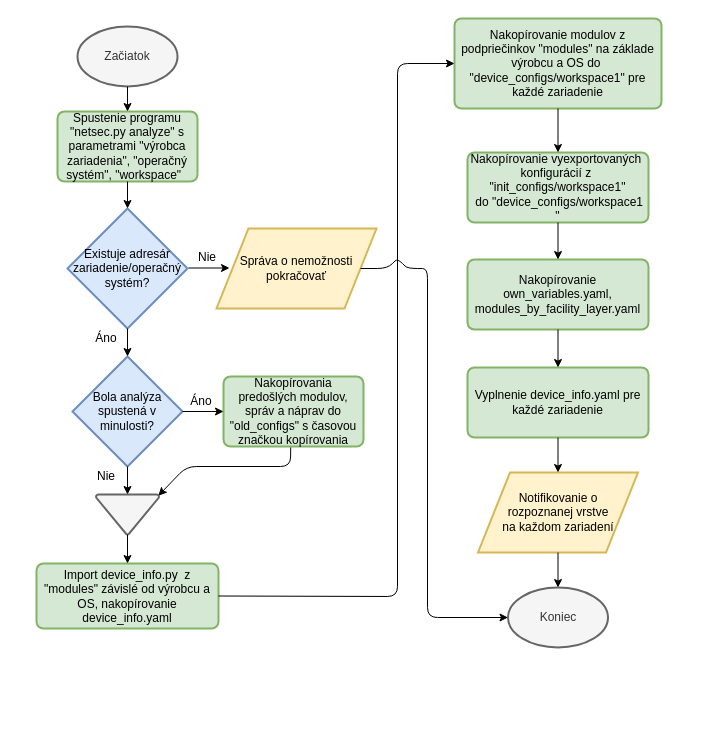
siorus/MasterThesis keeps this draw.io diagram as thesis/obrazky/netsec_analyze.drawio. Above is the earlier version. Source tidied: cells renumbered, new cells numbered last; positions are measured from the earlier drawing's top-left corner, leaving out a move shared by most shapes. Both pictures are drawn from the tidied source at 100%, with x=0, y=0 at pixel (36, 18).
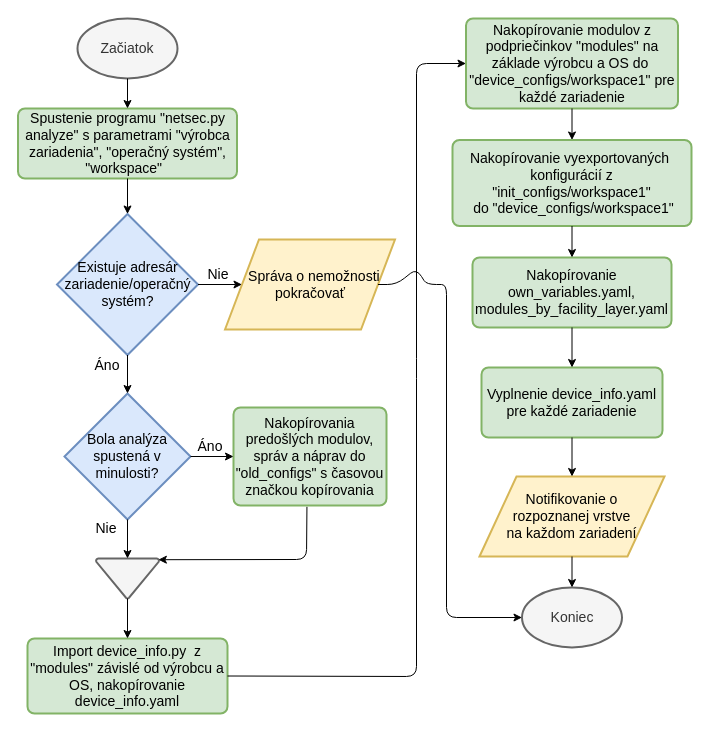
The same diagram, later.

Diff of the diagram source:
```diff
@@
-    <mxCell id="2" value="Začiatok" style="strokeWidth=2;html=1;shape=mxgraph.flowchart.start_1;whiteSpace=wrap;fontFamily=Vafle VUT;fillColor=#f5f5f5;strokeColor=#666666;fontColor=#333333;" parent="1" vertex="1">
-      <mxGeometry x="41" y="8" width="100" height="60" as="geometry" />
+    <mxCell id="2" value="Začiatok" style="strokeWidth=2;html=1;shape=mxgraph.flowchart.start_1;whiteSpace=wrap;fontFamily=Vafle VUT;fillColor=#f5f5f5;strokeColor=#666666;fontColor=#333333;fontSize=14;" parent="1" vertex="1">
+      <mxGeometry x="41" width="100" height="60" as="geometry" />
     </mxCell>
-    <mxCell id="3" value="Spustenie programu &quot;netsec.py analyze&quot; s parametrami &quot;výrobca zariadenia&quot;, &quot;operačný systém&quot;, &quot;workspace&quot;&amp;nbsp;&amp;nbsp;" style="rounded=1;whiteSpace=wrap;html=1;absoluteArcSize=1;arcSize=14;strokeWidth=2;fontFamily=Vafle VUT;fillColor=#d5e8d4;strokeColor=#82b366;" parent="1" vertex="1">
-      <mxGeometry x="21" y="93" width="140" height="70" as="geometry" />
+    <mxCell id="3" value="Spustenie programu &quot;netsec.py analyze&quot; s parametrami &quot;výrobca zariadenia&quot;, &quot;operačný systém&quot;, &quot;workspace&quot;&amp;nbsp;&amp;nbsp;" style="rounded=1;whiteSpace=wrap;html=1;absoluteArcSize=1;arcSize=14;strokeWidth=2;fontFamily=Vafle VUT;fillColor=#d5e8d4;strokeColor=#82b366;fontSize=14;" parent="1" vertex="1">
+      <mxGeometry x="-18.5" y="90" width="219" height="70" as="geometry" />
     </mxCell>
-    <mxCell id="4" value="Nakopírovanie vyexportovaných&amp;nbsp; konfigurácií z&amp;nbsp; &quot;init_configs/workspace1&quot;&lt;br&gt;&amp;nbsp;do &quot;device_configs/workspace1&lt;br&gt;&quot;" style="rounded=1;whiteSpace=wrap;html=1;absoluteArcSize=1;arcSize=14;strokeWidth=2;fontFamily=Vafle VUT;fillColor=#d5e8d4;strokeColor=#82b366;" parent="1" vertex="1">
-      <mxGeometry x="431" y="134" width="181" height="70" as="geometry" />
+    <mxCell id="4" value="Nakopírovanie vyexportovaných&amp;nbsp; konfigurácií z &quot;init_configs/workspace1&quot;&lt;br style=&quot;font-size: 14px&quot;&gt;&amp;nbsp;do &quot;device_configs/workspace1&quot;" style="rounded=1;whiteSpace=wrap;html=1;absoluteArcSize=1;arcSize=14;strokeWidth=2;fontFamily=Vafle VUT;fillColor=#d5e8d4;strokeColor=#82b366;fontSize=14;" parent="1" vertex="1">
+      <mxGeometry x="416" y="121.5" width="239" height="86" as="geometry" />
     </mxCell>
-    <mxCell id="5" value="Import device_info.py&amp;nbsp; z &quot;modules&quot; závislé od výrobcu a OS, nakopírovanie device_info.yaml" style="rounded=1;whiteSpace=wrap;html=1;absoluteArcSize=1;arcSize=14;strokeWidth=2;fontFamily=Vafle VUT;fillColor=#d5e8d4;strokeColor=#82b366;" parent="1" vertex="1">
-      <mxGeometry y="545" width="182" height="65" as="geometry" />
+    <mxCell id="5" value="Import device_info.py&amp;nbsp; z &quot;modules&quot; závislé od výrobcu a OS, nakopírovanie device_info.yaml" style="rounded=1;whiteSpace=wrap;html=1;absoluteArcSize=1;arcSize=14;strokeWidth=2;fontFamily=Vafle VUT;fillColor=#d5e8d4;strokeColor=#82b366;fontSize=14;" parent="1" vertex="1">
+      <mxGeometry x="-9" y="620" width="200" height="75" as="geometry" />
     </mxCell>
-    <mxCell id="6" value="Nakopírovania predošlých modulov, správ a náprav do &quot;old_configs&quot; s časovou značkou kopírovania" style="rounded=1;whiteSpace=wrap;html=1;absoluteArcSize=1;arcSize=14;strokeWidth=2;fontFamily=Vafle VUT;fillColor=#d5e8d4;strokeColor=#82b366;" parent="1" vertex="1">
-      <mxGeometry x="187" y="358" width="140" height="70" as="geometry" />
+    <mxCell id="6" value="Nakopírovania predošlých modulov, správ a náprav do &quot;old_configs&quot; s časovou značkou kopírovania" style="rounded=1;whiteSpace=wrap;html=1;absoluteArcSize=1;arcSize=14;strokeWidth=2;fontFamily=Vafle VUT;fillColor=#d5e8d4;strokeColor=#82b366;fontSize=14;" parent="1" vertex="1">
+      <mxGeometry x="197" y="389" width="153" height="98" as="geometry" />
     </mxCell>
-    <mxCell id="7" value="Bola analýza spustená v minulosti?" style="strokeWidth=2;html=1;shape=mxgraph.flowchart.decision;whiteSpace=wrap;fontFamily=Vafle VUT;fillColor=#dae8fc;strokeColor=#6c8ebf;" parent="1" vertex="1">
-      <mxGeometry x="36" y="338" width="110" height="110" as="geometry" />
+    <mxCell id="7" value="Bola analýza spustená v minulosti?" style="strokeWidth=2;html=1;shape=mxgraph.flowchart.decision;whiteSpace=wrap;fontFamily=Vafle VUT;fillColor=#dae8fc;strokeColor=#6c8ebf;fontSize=14;" parent="1" vertex="1">
+      <mxGeometry x="28" y="375" width="126" height="126" as="geometry" />
     </mxCell>
-    <mxCell id="8" style="endArrow=classic;html=1;fontFamily=Vafle VUT;entryX=0;entryY=0.5;entryDx=0;entryDy=0;exitX=1;exitY=0.5;exitDx=0;exitDy=0;exitPerimeter=0;" parent="1" edge="1" source="7" target="6">
+    <mxCell id="8" style="endArrow=classic;html=1;fontFamily=Vafle VUT;entryX=0;entryY=0.5;entryDx=0;entryDy=0;exitX=1;exitY=0.5;exitDx=0;exitDy=0;exitPerimeter=0;fontSize=14;" parent="1" edge="1" source="7" target="6">
       <mxGeometry relative="1" as="geometry" />
     </mxCell>
-    <mxCell id="9" value="Áno" style="text;html=1;strokeColor=none;fillColor=none;align=center;verticalAlign=middle;whiteSpace=wrap;rounded=0;fontFamily=Vafle VUT;" parent="1" vertex="1">
-      <mxGeometry x="145" y="372.5" width="40" height="20" as="geometry" />
+    <mxCell id="9" value="Áno" style="text;html=1;strokeColor=none;fillColor=none;align=center;verticalAlign=middle;whiteSpace=wrap;rounded=0;fontFamily=Vafle VUT;fontSize=14;" parent="1" vertex="1">
+      <mxGeometry x="154" y="418" width="40" height="20" as="geometry" />
     </mxCell>
-    <mxCell id="10" value="Existuje adresár zariadenie/operačný systém?" style="strokeWidth=2;html=1;shape=mxgraph.flowchart.decision;whiteSpace=wrap;fontFamily=Vafle VUT;fillColor=#dae8fc;strokeColor=#6c8ebf;" parent="1" vertex="1">
-      <mxGeometry x="31" y="190" width="120" height="120" as="geometry" />
+    <mxCell id="10" value="Existuje adresár zariadenie/operačný systém?" style="strokeWidth=2;html=1;shape=mxgraph.flowchart.decision;whiteSpace=wrap;fontFamily=Vafle VUT;fillColor=#dae8fc;strokeColor=#6c8ebf;fontSize=14;" parent="1" vertex="1">
+      <mxGeometry x="20.5" y="195.5" width="141" height="141" as="geometry" />
     </mxCell>
-    <mxCell id="11" value="&lt;font face=&quot;Vafle VUT&quot;&gt;Notifikovanie o &lt;br&gt;rozpoznanej vrstve &lt;br&gt;na každom zariadení&lt;/font&gt;" style="shape=parallelogram;perimeter=parallelogramPerimeter;whiteSpace=wrap;html=1;fillColor=#fff2cc;strokeColor=#d6b656;strokeWidth=2;" parent="1" vertex="1">
-      <mxGeometry x="441.5" y="454" width="160" height="80" as="geometry" />
+    <mxCell id="11" value="&lt;font face=&quot;Vafle VUT&quot; style=&quot;font-size: 14px;&quot;&gt;Notifikovanie o &lt;br style=&quot;font-size: 14px;&quot;&gt;rozpoznanej vrstve &lt;br style=&quot;font-size: 14px;&quot;&gt;na každom zariadení&lt;/font&gt;" style="shape=parallelogram;perimeter=parallelogramPerimeter;whiteSpace=wrap;html=1;fillColor=#fff2cc;strokeColor=#d6b656;strokeWidth=2;fontFamily=Vafle VUT;fontSize=14;" parent="1" vertex="1">
+      <mxGeometry x="443" y="458" width="185" height="80" as="geometry" />
     </mxCell>
-    <mxCell id="12" value="&lt;font style=&quot;font-size: 12px&quot;&gt;Nakopírovanie modulov z podpriečinkov &quot;modules&quot; na základe výrobcu a OS do&amp;nbsp; &quot;device_configs/workspace1&quot; pre každé zariadenie&lt;/font&gt;" style="rounded=1;whiteSpace=wrap;html=1;absoluteArcSize=1;arcSize=14;strokeWidth=2;fontFamily=Vafle VUT;fillColor=#d5e8d4;strokeColor=#82b366;" parent="1" vertex="1">
-      <mxGeometry x="418" width="207" height="90" as="geometry" />
+    <mxCell id="12" value="&lt;font style=&quot;font-size: 14px;&quot;&gt;Nakopírovanie modulov z podpriečinkov &quot;modules&quot; na základe výrobcu a OS do&amp;nbsp; &quot;device_configs/workspace1&quot; pre každé zariadenie&lt;/font&gt;" style="rounded=1;whiteSpace=wrap;html=1;absoluteArcSize=1;arcSize=14;strokeWidth=2;fontFamily=Vafle VUT;fillColor=#d5e8d4;strokeColor=#82b366;fontSize=14;" parent="1" vertex="1">
+      <mxGeometry x="429.5" width="212" height="90" as="geometry" />
     </mxCell>
-    <mxCell id="13" value="Vyplnenie device_info.yaml pre každé zariadenie" style="rounded=1;whiteSpace=wrap;html=1;absoluteArcSize=1;arcSize=14;strokeWidth=2;fontFamily=Vafle VUT;fillColor=#d5e8d4;strokeColor=#82b366;" parent="1" vertex="1">
-      <mxGeometry x="431" y="349" width="181" height="70" as="geometry" />
+    <mxCell id="13" value="Vyplnenie device_info.yaml pre každé zariadenie" style="rounded=1;whiteSpace=wrap;html=1;absoluteArcSize=1;arcSize=14;strokeWidth=2;fontFamily=Vafle VUT;fillColor=#d5e8d4;strokeColor=#82b366;fontSize=14;" parent="1" vertex="1">
+      <mxGeometry x="445" y="349" width="181" height="70" as="geometry" />
     </mxCell>
-    <mxCell id="14" value="Nakopírovanie own_variables.yaml, modules_by_facility_layer.yaml" style="rounded=1;whiteSpace=wrap;html=1;absoluteArcSize=1;arcSize=14;strokeWidth=2;fontFamily=Vafle VUT;fillColor=#d5e8d4;strokeColor=#82b366;" parent="1" vertex="1">
-      <mxGeometry x="431" y="241" width="181" height="70" as="geometry" />
+    <mxCell id="14" value="Nakopírovanie own_variables.yaml, modules_by_facility_layer.yaml" style="rounded=1;whiteSpace=wrap;html=1;absoluteArcSize=1;arcSize=14;strokeWidth=2;fontFamily=Vafle VUT;fillColor=#d5e8d4;strokeColor=#82b366;fontSize=14;" parent="1" vertex="1">
+      <mxGeometry x="436" y="239" width="199" height="70" as="geometry" />
     </mxCell>
-    <mxCell id="15" value="Koniec" style="strokeWidth=2;html=1;shape=mxgraph.flowchart.start_1;whiteSpace=wrap;fontFamily=Vafle VUT;fillColor=#f5f5f5;strokeColor=#666666;fontColor=#333333;" parent="1" vertex="1">
-      <mxGeometry x="471.5" y="569" width="100" height="60" as="geometry" />
+    <mxCell id="15" value="Koniec" style="strokeWidth=2;html=1;shape=mxgraph.flowchart.start_1;whiteSpace=wrap;fontFamily=Vafle VUT;fillColor=#f5f5f5;strokeColor=#666666;fontColor=#333333;fontSize=14;" parent="1" vertex="1">
+      <mxGeometry x="485.5" y="569" width="100" height="60" as="geometry" />
     </mxCell>
-    <mxCell id="16" style="endArrow=classic;html=1;fontFamily=Vafle VUT;entryX=0.5;entryY=0;entryDx=0;entryDy=0;exitX=0.5;exitY=1;exitDx=0;exitDy=0;exitPerimeter=0;" parent="1" edge="1" source="2" target="3">
+    <mxCell id="16" style="endArrow=classic;html=1;fontFamily=Vafle VUT;entryX=0.5;entryY=0;entryDx=0;entryDy=0;exitX=0.5;exitY=1;exitDx=0;exitDy=0;exitPerimeter=0;fontSize=14;" parent="1" edge="1" source="2" target="3">
       <mxGeometry relative="1" as="geometry" />
     </mxCell>
-    <mxCell id="17" style="endArrow=classic;html=1;fontFamily=Vafle VUT;entryX=0.5;entryY=0;entryDx=0;entryDy=0;entryPerimeter=0;exitX=0.5;exitY=1;exitDx=0;exitDy=0;" parent="1" edge="1" source="3" target="10">
+    <mxCell id="17" style="endArrow=classic;html=1;fontFamily=Vafle VUT;entryX=0.5;entryY=0;entryDx=0;entryDy=0;entryPerimeter=0;exitX=0.5;exitY=1;exitDx=0;exitDy=0;fontSize=14;" parent="1" edge="1" source="3" target="10">
       <mxGeometry relative="1" as="geometry" />
     </mxCell>
-    <mxCell id="18" style="endArrow=classic;html=1;fontFamily=Vafle VUT;entryX=0.5;entryY=0;entryDx=0;entryDy=0;entryPerimeter=0;exitX=0.5;exitY=1;exitDx=0;exitDy=0;exitPerimeter=0;" parent="1" edge="1" source="10" target="7">
+    <mxCell id="18" style="endArrow=classic;html=1;fontFamily=Vafle VUT;entryX=0.5;entryY=0;entryDx=0;entryDy=0;entryPerimeter=0;exitX=0.5;exitY=1;exitDx=0;exitDy=0;exitPerimeter=0;fontSize=14;" parent="1" edge="1" source="10" target="7">
       <mxGeometry relative="1" as="geometry" />
     </mxCell>
-    <mxCell id="19" style="strokeWidth=2;html=1;shape=mxgraph.flowchart.extract_or_measurement;whiteSpace=wrap;fontFamily=Vafle VUT;rotation=-180;fillColor=#f5f5f5;strokeColor=#666666;fontColor=#333333;" parent="1" vertex="1">
-      <mxGeometry x="59.5" y="476" width="63" height="40" as="geometry" />
+    <mxCell id="19" style="strokeWidth=2;html=1;shape=mxgraph.flowchart.extract_or_measurement;whiteSpace=wrap;fontFamily=Vafle VUT;rotation=-180;fillColor=#f5f5f5;strokeColor=#666666;fontColor=#333333;fontSize=14;" parent="1" vertex="1">
+      <mxGeometry x="59.5" y="540" width="63" height="40" as="geometry" />
     </mxCell>
-    <mxCell id="20" style="endArrow=classic;html=1;fontFamily=Vafle VUT;exitX=0.5;exitY=1;exitDx=0;exitDy=0;exitPerimeter=0;entryX=0.5;entryY=1;entryDx=0;entryDy=0;entryPerimeter=0;" parent="1" edge="1" target="19">
-      <mxGeometry relative="1" as="geometry">
-        <mxPoint x="91" y="448" as="sourcePoint" />
-      </mxGeometry>
+    <mxCell id="20" style="endArrow=classic;html=1;fontFamily=Vafle VUT;entryX=0.5;entryY=1;entryDx=0;entryDy=0;entryPerimeter=0;fontSize=14;exitX=0.5;exitY=1;exitDx=0;exitDy=0;exitPerimeter=0;" parent="1" edge="1" source="7" target="19">
+      <mxGeometry relative="1" as="geometry" />
     </mxCell>
-    <mxCell id="21" style="endArrow=classic;html=1;exitX=0.48;exitY=1.014;exitDx=0;exitDy=0;exitPerimeter=0;entryX=0.01;entryY=0.97;entryDx=0;entryDy=0;entryPerimeter=0;" parent="1" edge="1" source="6" target="19">
+    <mxCell id="21" style="endArrow=classic;html=1;exitX=0.48;exitY=1.014;exitDx=0;exitDy=0;exitPerimeter=0;entryX=0.01;entryY=0.97;entryDx=0;entryDy=0;entryPerimeter=0;fontFamily=Vafle VUT;fontSize=14;" parent="1" edge="1" source="6" target="19">
       <mxGeometry relative="1" as="geometry">
         <Array as="points">
-          <mxPoint x="254" y="448" />
-          <mxPoint x="150" y="448" />
+          <mxPoint x="270" y="541" />
         </Array>
       </mxGeometry>
     </mxCell>
-    <mxCell id="22" style="endArrow=classic;html=1;exitX=0.5;exitY=0;exitDx=0;exitDy=0;exitPerimeter=0;entryX=0.5;entryY=0;entryDx=0;entryDy=0;" parent="1" edge="1" source="19" target="5">
+    <mxCell id="22" style="endArrow=classic;html=1;exitX=0.5;exitY=0;exitDx=0;exitDy=0;exitPerimeter=0;entryX=0.5;entryY=0;entryDx=0;entryDy=0;fontFamily=Vafle VUT;fontSize=14;" parent="1" edge="1" source="19" target="5">
       <mxGeometry relative="1" as="geometry" />
     </mxCell>
-    <mxCell id="23" style="endArrow=classic;html=1;exitX=0.5;exitY=1;exitDx=0;exitDy=0;entryX=0.5;entryY=0;entryDx=0;entryDy=0;" parent="1" edge="1" source="12" target="4">
+    <mxCell id="23" style="endArrow=classic;html=1;exitX=0.5;exitY=1;exitDx=0;exitDy=0;entryX=0.5;entryY=0;entryDx=0;entryDy=0;fontFamily=Vafle VUT;fontSize=14;" parent="1" edge="1" source="12" target="4">
       <mxGeometry relative="1" as="geometry" />
     </mxCell>
-    <mxCell id="24" style="endArrow=classic;html=1;exitX=1;exitY=0.5;exitDx=0;exitDy=0;entryX=0;entryY=0.5;entryDx=0;entryDy=0;" parent="1" edge="1" source="5" target="12">
+    <mxCell id="24" style="endArrow=classic;html=1;exitX=1;exitY=0.5;exitDx=0;exitDy=0;entryX=0;entryY=0.5;entryDx=0;entryDy=0;fontFamily=Vafle VUT;fontSize=14;" parent="1" edge="1" source="5" target="12">
       <mxGeometry relative="1" as="geometry">
         <Array as="points">
-          <mxPoint x="361" y="578" />
-          <mxPoint x="361" y="45" />
+          <mxPoint x="380" y="658" />
+          <mxPoint x="380" y="350" />
+          <mxPoint x="380" y="45" />
         </Array>
       </mxGeometry>
     </mxCell>
-    <mxCell id="25" style="endArrow=classic;html=1;entryX=0.5;entryY=0;entryDx=0;entryDy=0;exitX=0.5;exitY=1;exitDx=0;exitDy=0;" parent="1" edge="1" source="4" target="14">
+    <mxCell id="25" style="endArrow=classic;html=1;entryX=0.5;entryY=0;entryDx=0;entryDy=0;exitX=0.5;exitY=1;exitDx=0;exitDy=0;fontFamily=Vafle VUT;fontSize=14;" parent="1" edge="1" source="4" target="14">
       <mxGeometry relative="1" as="geometry" />
     </mxCell>
-    <mxCell id="26" style="endArrow=classic;html=1;exitX=0.5;exitY=1;exitDx=0;exitDy=0;entryX=0.5;entryY=0;entryDx=0;entryDy=0;" parent="1" edge="1" source="14" target="13">
+    <mxCell id="26" style="endArrow=classic;html=1;exitX=0.5;exitY=1;exitDx=0;exitDy=0;entryX=0.5;entryY=0;entryDx=0;entryDy=0;fontFamily=Vafle VUT;fontSize=14;" parent="1" edge="1" source="14" target="13">
       <mxGeometry relative="1" as="geometry" />
     </mxCell>
-    <mxCell id="27" style="endArrow=classic;html=1;exitX=0.5;exitY=1;exitDx=0;exitDy=0;" parent="1" edge="1" source="13" target="11">
+    <mxCell id="27" style="endArrow=classic;html=1;exitX=0.5;exitY=1;exitDx=0;exitDy=0;fontFamily=Vafle VUT;fontSize=14;" parent="1" edge="1" source="13" target="11">
       <mxGeometry relative="1" as="geometry" />
     </mxCell>
-    <mxCell id="28" style="endArrow=classic;html=1;exitX=0.5;exitY=1;exitDx=0;exitDy=0;entryX=0.5;entryY=0;entryDx=0;entryDy=0;entryPerimeter=0;" parent="1" edge="1" source="11" target="15">
+    <mxCell id="28" style="endArrow=classic;html=1;exitX=0.5;exitY=1;exitDx=0;exitDy=0;entryX=0.5;entryY=0;entryDx=0;entryDy=0;entryPerimeter=0;fontFamily=Vafle VUT;fontSize=14;" parent="1" edge="1" source="11" target="15">
       <mxGeometry relative="1" as="geometry" />
     </mxCell>
-    <mxCell id="29" value="&lt;font face=&quot;Vafle VUT&quot;&gt;Správa o nemožnosti pokračovať&lt;/font&gt;" style="shape=parallelogram;perimeter=parallelogramPerimeter;whiteSpace=wrap;html=1;fillColor=#fff2cc;strokeColor=#d6b656;strokeWidth=2;" parent="1" vertex="1">
-      <mxGeometry x="180" y="210" width="160" height="80" as="geometry" />
+    <mxCell id="29" value="&lt;font face=&quot;Vafle VUT&quot; style=&quot;font-size: 14px&quot;&gt;&amp;nbsp; Správa o nemožnosti pokračovať&lt;/font&gt;" style="shape=parallelogram;perimeter=parallelogramPerimeter;whiteSpace=wrap;html=1;fillColor=#fff2cc;strokeColor=#d6b656;strokeWidth=2;fontFamily=Vafle VUT;fontSize=14;" parent="1" vertex="1">
+      <mxGeometry x="188.5" y="221" width="170" height="90" as="geometry" />
     </mxCell>
-    <mxCell id="30" style="endArrow=classic;html=1;fontFamily=Vafle VUT;entryX=0;entryY=0.5;entryDx=0;entryDy=0;exitX=1;exitY=0.5;exitDx=0;exitDy=0;exitPerimeter=0;" parent="1" edge="1">
-      <mxGeometry relative="1" as="geometry">
-        <mxPoint x="152" y="249.5" as="sourcePoint" />
-        <mxPoint x="193" y="249.5" as="targetPoint" />
-      </mxGeometry>
+    <mxCell id="30" style="endArrow=classic;html=1;fontFamily=Vafle VUT;entryX=0;entryY=0.5;entryDx=0;entryDy=0;exitX=1;exitY=0.5;exitDx=0;exitDy=0;exitPerimeter=0;fontSize=14;" parent="1" edge="1" source="10" target="29">
+      <mxGeometry relative="1" as="geometry" />
     </mxCell>
-    <mxCell id="31" value="Nie" style="text;html=1;strokeColor=none;fillColor=none;align=center;verticalAlign=middle;whiteSpace=wrap;rounded=0;fontFamily=Vafle VUT;" parent="1" vertex="1">
-      <mxGeometry x="151" y="229" width="40" height="20" as="geometry" />
+    <mxCell id="31" value="Nie" style="text;html=1;strokeColor=none;fillColor=none;align=center;verticalAlign=middle;whiteSpace=wrap;rounded=0;fontFamily=Vafle VUT;fontSize=14;" parent="1" vertex="1">
+      <mxGeometry x="161.5" y="246" width="40" height="20" as="geometry" />
     </mxCell>
-    <mxCell id="32" style="endArrow=classic;html=1;entryX=0;entryY=0.5;entryDx=0;entryDy=0;entryPerimeter=0;exitX=1;exitY=0.5;exitDx=0;exitDy=0;" parent="1" edge="1" source="29" target="15">
-      <mxGeometry relative="1" as="geometry">
-        <Array as="points">
-          <mxPoint x="351" y="250" />
-          <mxPoint x="361" y="240" />
-          <mxPoint x="371" y="250" />
-          <mxPoint x="391" y="250" />
-          <mxPoint x="391" y="599" />
-        </Array>
-      </mxGeometry>
-    </mxCell>
-    <mxCell id="33" value="Áno" style="text;html=1;strokeColor=none;fillColor=none;align=center;verticalAlign=middle;whiteSpace=wrap;rounded=0;fontFamily=Vafle VUT;" parent="1" vertex="1">
-      <mxGeometry x="50" y="310" width="40" height="20" as="geometry" />
+    <mxCell id="33" value="Áno" style="text;html=1;strokeColor=none;fillColor=none;align=center;verticalAlign=middle;whiteSpace=wrap;rounded=0;fontFamily=Vafle VUT;fontSize=14;" parent="1" vertex="1">
+      <mxGeometry x="51" y="336.5" width="40" height="20" as="geometry" />
     </mxCell>
-    <mxCell id="34" value="Nie" style="text;html=1;strokeColor=none;fillColor=none;align=center;verticalAlign=middle;whiteSpace=wrap;rounded=0;fontFamily=Vafle VUT;" parent="1" vertex="1">
-      <mxGeometry x="50" y="448" width="40" height="20" as="geometry" />
+    <mxCell id="34" value="Nie" style="text;html=1;strokeColor=none;fillColor=none;align=center;verticalAlign=middle;whiteSpace=wrap;rounded=0;fontFamily=Vafle VUT;fontSize=14;" parent="1" vertex="1">
+      <mxGeometry x="50" y="500" width="40" height="20" as="geometry" />
     </mxCell>
+    <mxCell id="32" style="endArrow=classic;html=1;fontSize=14;exitX=1;exitY=0.5;exitDx=0;exitDy=0;entryX=0;entryY=0.5;entryDx=0;entryDy=0;entryPerimeter=0;" parent="1" edge="1" source="29" target="15">
+      <mxGeometry relative="1" as="geometry">
+        <Array as="points">
+          <mxPoint x="360" y="266" />
+          <mxPoint x="380" y="250" />
+          <mxPoint x="390" y="266" />
+          <mxPoint x="410" y="266" />
+          <mxPoint x="410" y="599" />
+        </Array>
+      </mxGeometry>
+    </mxCell>
```
